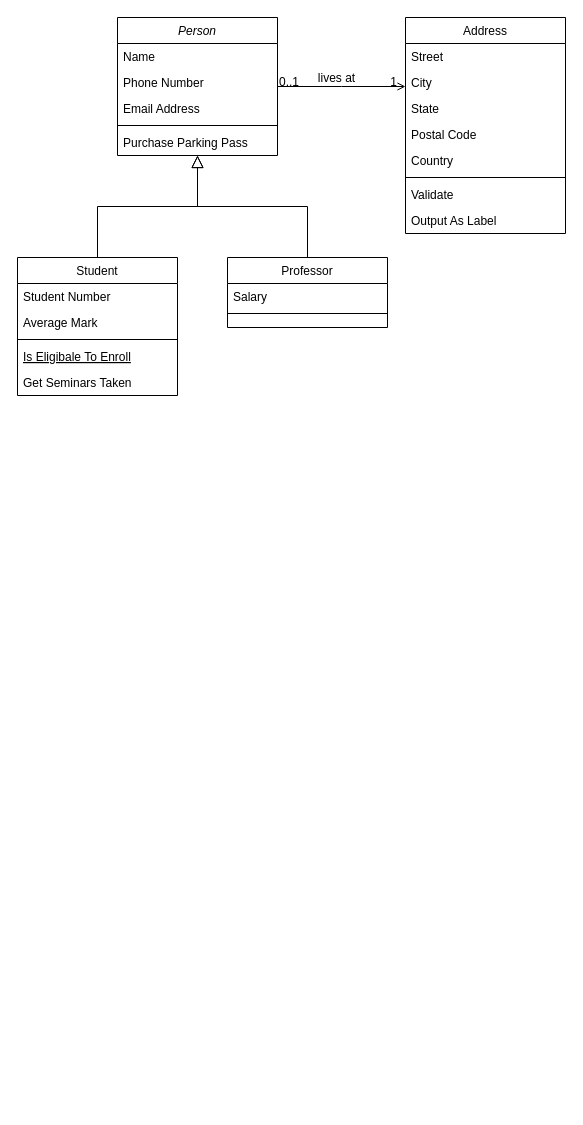
zhugaozi/drawIo keeps this draw.io diagram as commodity/Untitled Diagram.drawio. Above is the earlier version. Source tidied: cells renumbered, new cells numbered last; positions are measured from the earlier drawing's top-left corner, leaving out a move shared by most shapes. Both pictures are drawn from the tidied source at 100%, with x=0, y=0 at pixel (17, 17).
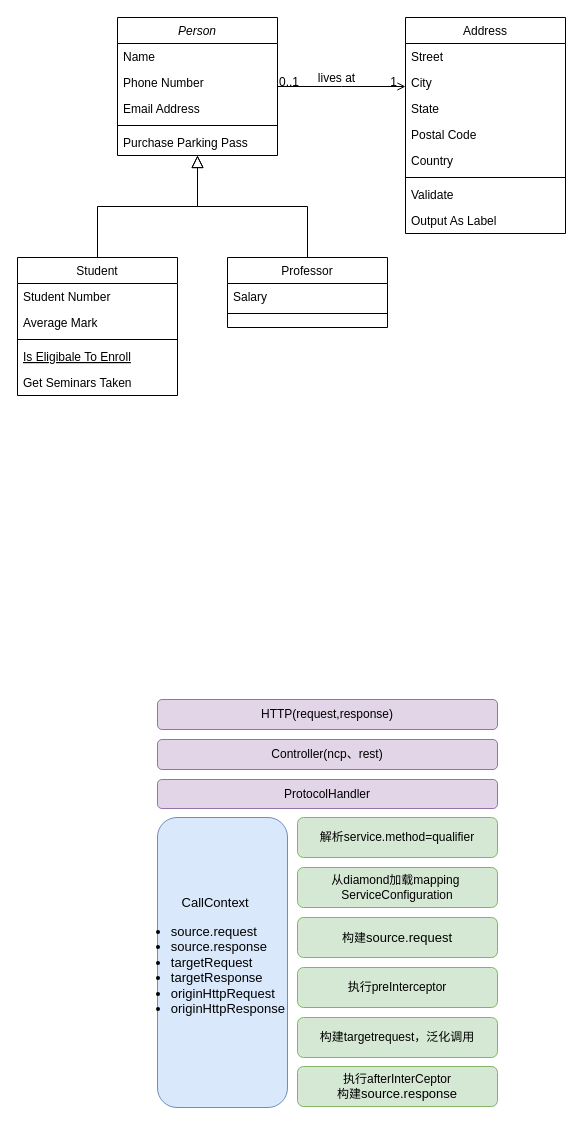
The same page after the edit.

Change to the diagram source:
```diff
@@
+    <mxCell id="32" style="group;" parent="1" vertex="1">
+      <mxGeometry x="140" y="682" width="340" height="408" as="geometry" />
+    </mxCell>
+    <mxCell id="33" value="HTTP(request,response)" style="rounded=1;whiteSpace=wrap;html=1;fillColor=#e1d5e7;strokeColor=#9673a6;" parent="32" vertex="1">
+      <mxGeometry width="340" height="30" as="geometry" />
+    </mxCell>
+    <mxCell id="34" value="Controller(ncp、rest)" style="rounded=1;whiteSpace=wrap;html=1;fillColor=#e1d5e7;strokeColor=#9673a6;" parent="32" vertex="1">
+      <mxGeometry y="40" width="340" height="30" as="geometry" />
+    </mxCell>
+    <mxCell id="35" value="ProtocolHandler" style="rounded=1;whiteSpace=wrap;html=1;fillColor=#e1d5e7;strokeColor=#9673a6;" parent="32" vertex="1">
+      <mxGeometry y="80" width="340" height="29" as="geometry" />
+    </mxCell>
+    <mxCell id="36" value="解析service.method=qualifier" style="whiteSpace=wrap;html=1;rounded=1;fillColor=#d5e8d4;strokeColor=#82b366;" parent="32" vertex="1">
+      <mxGeometry x="140" y="118" width="200" height="40" as="geometry" />
+    </mxCell>
+    <mxCell id="37" value="从diamond加载mapping&amp;nbsp;&lt;br&gt;ServiceConfiguration" style="whiteSpace=wrap;html=1;rounded=1;fillColor=#d5e8d4;strokeColor=#82b366;" parent="32" vertex="1">
+      <mxGeometry x="140" y="168" width="200" height="40" as="geometry" />
+    </mxCell>
+    <mxCell id="38" value="&lt;span&gt;构建&lt;/span&gt;&lt;span style=&quot;text-align: left ; font-size: 13px&quot;&gt;source.request&lt;/span&gt;" style="whiteSpace=wrap;html=1;rounded=1;fillColor=#d5e8d4;strokeColor=#82b366;" parent="32" vertex="1">
+      <mxGeometry x="140" y="218" width="200" height="40" as="geometry" />
+    </mxCell>
+    <mxCell id="39" value="&lt;span&gt;执行preInterceptor&lt;/span&gt;" style="whiteSpace=wrap;html=1;rounded=1;fillColor=#d5e8d4;strokeColor=#82b366;" parent="32" vertex="1">
+      <mxGeometry x="140" y="268" width="200" height="40" as="geometry" />
+    </mxCell>
+    <mxCell id="40" value="构建targetrequest，泛化调用" style="whiteSpace=wrap;html=1;rounded=1;fillColor=#d5e8d4;strokeColor=#82b366;" parent="32" vertex="1">
+      <mxGeometry x="140" y="318" width="200" height="40" as="geometry" />
+    </mxCell>
+    <mxCell id="41" value="执行afterInterCeptor&lt;br&gt;构建&lt;span style=&quot;text-align: left ; font-size: 13px&quot;&gt;source.response&lt;/span&gt;" style="whiteSpace=wrap;html=1;rounded=1;fillColor=#d5e8d4;strokeColor=#82b366;" parent="32" vertex="1">
+      <mxGeometry x="140" y="367" width="200" height="40" as="geometry" />
+    </mxCell>
+    <mxCell id="42" value="&lt;div style=&quot;text-align: center ; font-size: 13px&quot;&gt;&lt;font style=&quot;font-size: 13px&quot;&gt;&amp;nbsp; &amp;nbsp; CallContext&lt;/font&gt;&lt;/div&gt;&lt;div style=&quot;font-size: 13px&quot;&gt;&lt;ul&gt;&lt;li style=&quot;text-align: left&quot;&gt;&lt;span&gt;&lt;font style=&quot;font-size: 13px&quot;&gt;source.request&lt;/font&gt;&lt;/span&gt;&lt;/li&gt;&lt;li style=&quot;text-align: left&quot;&gt;&lt;font style=&quot;font-size: 13px&quot;&gt;&lt;span&gt;source.response&lt;/span&gt;&lt;br&gt;&lt;/font&gt;&lt;/li&gt;&lt;li style=&quot;text-align: left&quot;&gt;&lt;font style=&quot;font-size: 13px&quot;&gt;&lt;span&gt;targetRequest&lt;/span&gt;&lt;br&gt;&lt;/font&gt;&lt;/li&gt;&lt;li style=&quot;text-align: left&quot;&gt;&lt;font style=&quot;font-size: 13px&quot;&gt;&lt;span&gt;targetResponse&lt;/span&gt;&lt;br&gt;&lt;/font&gt;&lt;/li&gt;&lt;li style=&quot;text-align: left&quot;&gt;&lt;font style=&quot;font-size: 13px&quot;&gt;&lt;span&gt;originHttpRequest&lt;/span&gt;&lt;br&gt;&lt;/font&gt;&lt;/li&gt;&lt;li style=&quot;text-align: left&quot;&gt;&lt;font style=&quot;font-size: 13px&quot;&gt;originHttpResponse&lt;/font&gt;&lt;br&gt;&lt;/li&gt;&lt;/ul&gt;&lt;/div&gt;" style="rounded=1;whiteSpace=wrap;html=1;align=right;fillColor=#dae8fc;strokeColor=#6c8ebf;" parent="32" vertex="1">
+      <mxGeometry y="118" width="130" height="290" as="geometry" />
+    </mxCell>
```
